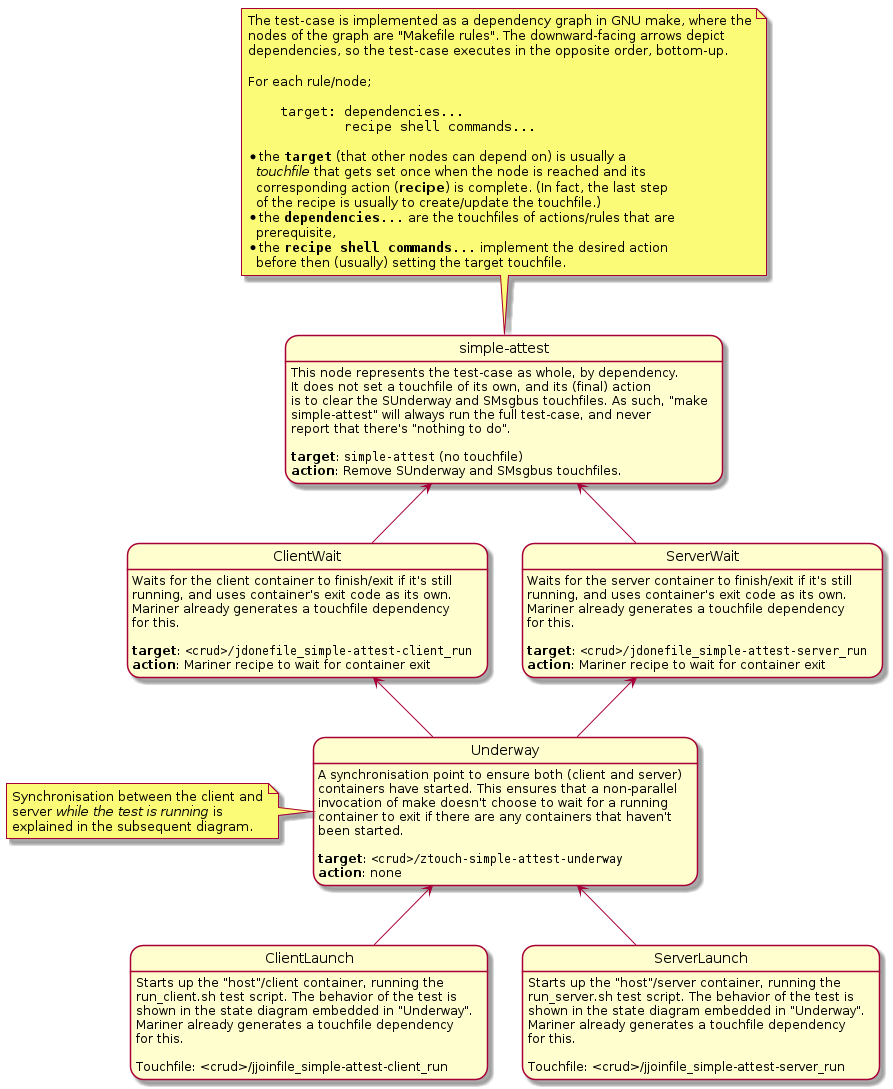
Before: workflow/uml/simple-attest.outer.png, a diagram exported from PlantUML (osresearch/safeboot).
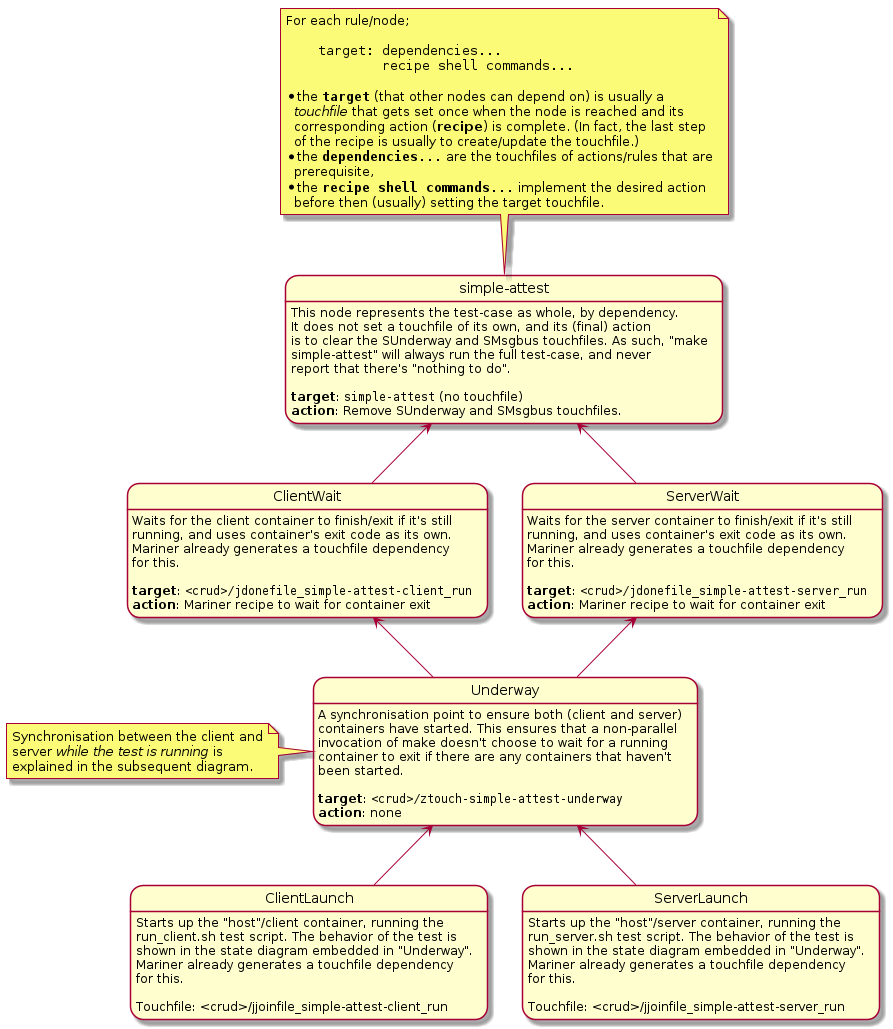
After the commit.

Commit message:
workflow: remove surplus text from diagram

What changed in the source:
```diff
@@ -1,10 +1,6 @@
 @startuml
 
 note top of simpleAttest
-The test-case is implemented as a dependency graph in GNU make, where the
-nodes of the graph are "Makefile rules". The downward-facing arrows depict
-dependencies, so the test-case executes in the opposite order, bottom-up.
-
 For each rule/node;
 
 ""    target: dependencies...""
```
